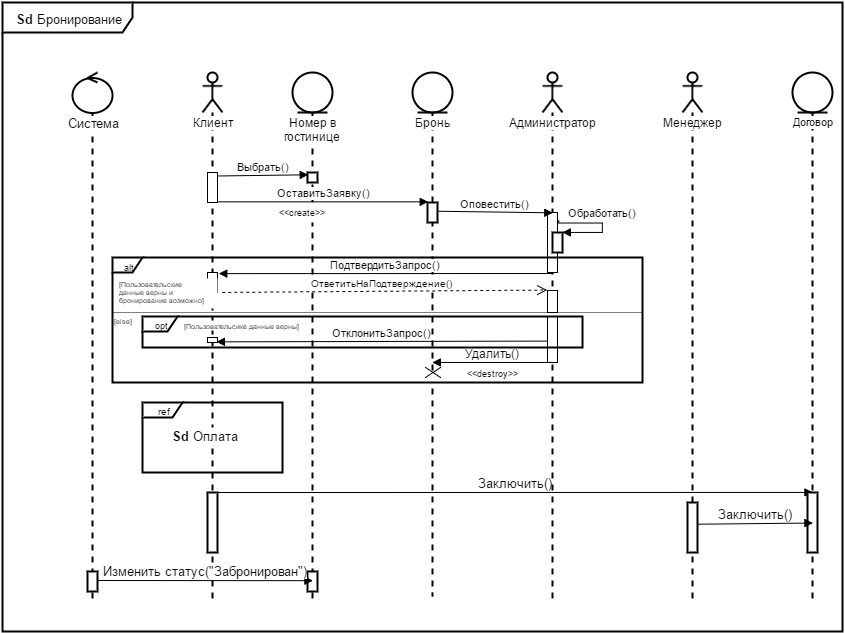
This is res/SeqDiag1.png from KseniaNazarova/Design_of_SW_architecture, a draw.io export, as it was before one commit. Source tidied: cells renumbered, new cells last; positions are measured from the earlier drawing's top-left corner, leaving out a move shared by most shapes.
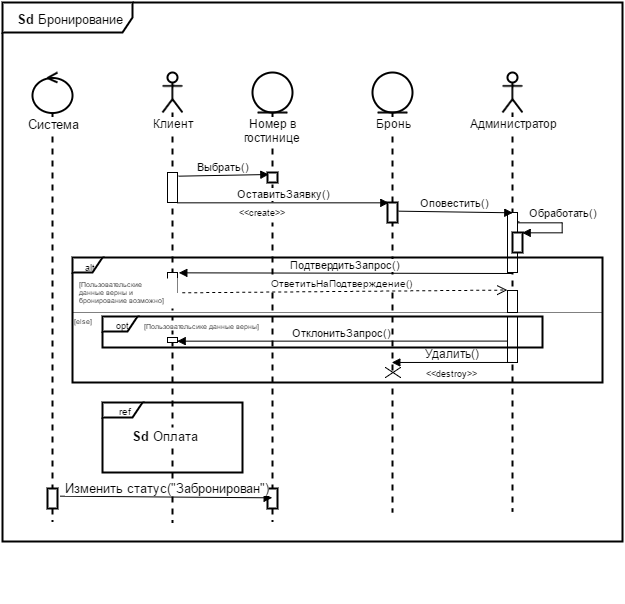
The same diagram one commit later.

Commit message:
sequence diag

Change to the diagram source:
```diff
@@ -12,7 +12,7 @@
       <mxGeometry width="110" height="530" as="geometry" />
     </mxCell>
     <mxCell id="5" value="Клиент" style="shape=umlLifeline;participant=umlActor;perimeter=lifelinePerimeter;whiteSpace=wrap;html=1;verticalAlign=top;spacingTop=36;labelBackgroundColor=#ffffff;strokeColor=#000000;strokeWidth=2;fillColor=#FFFFFF;fontColor=#000000;" parent="4" vertex="1">
-      <mxGeometry width="20" height="530" as="geometry" />
+      <mxGeometry width="20" height="450" as="geometry" />
     </mxCell>
     <mxCell id="6" style="html=1;points=[];perimeter=orthogonalPerimeter;labelBackgroundColor=none;strokeColor=#000000;strokeWidth=1;fillColor=#ffffff;fontSize=7;fontColor=#000000;" parent="5" vertex="1">
       <mxGeometry x="5" y="100" width="10" height="30" as="geometry" />
@@ -20,31 +20,23 @@
     <mxCell id="7" style="html=1;points=[];perimeter=orthogonalPerimeter;labelBackgroundColor=none;strokeColor=#000000;strokeWidth=1;fillColor=#ffffff;fontSize=7;fontColor=#000000;" parent="5" vertex="1">
       <mxGeometry x="5" y="200" width="10" height="20" as="geometry" />
     </mxCell>
-    <mxCell id="8" style="html=1;perimeter=orthogonalPerimeter;labelBackgroundColor=none;strokeColor=#000000;strokeWidth=2;fillColor=#ffffff;gradientColor=none;fontSize=13;fontColor=#000000;" parent="5" vertex="1">
-      <mxGeometry x="5" y="420" width="10" height="60" as="geometry" />
-    </mxCell>
     <mxCell id="9" value="[Пользовательсике данные&lt;span style=&quot;line-height: 1.2&quot;&gt;&amp;nbsp;верны]&lt;/span&gt;" style="text;html=1;align=left;verticalAlign=top;spacingTop=-4;fontSize=7;fontColor=#000000;fillColor=#ffffff;" parent="4" vertex="1">
       <mxGeometry x="-20" y="248" width="130" height="10" as="geometry" />
     </mxCell>
     <mxCell id="10" style="html=1;points=[];perimeter=orthogonalPerimeter;labelBackgroundColor=none;strokeColor=#000000;strokeWidth=1;fillColor=#ffffff;fontSize=7;fontColor=#000000;" parent="4" vertex="1">
       <mxGeometry x="5" y="265" width="10" height="5" as="geometry" />
     </mxCell>
-    <mxCell id="11" value="Заключить()" style="html=1;verticalAlign=bottom;endArrow=block;fontSize=13;fontColor=#000000;entryX=0.5;entryY=0;entryPerimeter=0;" parent="4" edge="1" target="45">
-      <mxGeometry relative="1" as="geometry">
-        <mxPoint x="15" y="420" as="sourcePoint" />
-      </mxGeometry>
-    </mxCell>
     <mxCell id="12" value="&lt;font style=&quot;font-size: 7px&quot;&gt;&lt;font&gt;[Пользовательские&amp;nbsp;&lt;/font&gt;&lt;/font&gt;&lt;div&gt;&lt;font style=&quot;font-size: 7px&quot;&gt;&lt;font&gt;данные верны&amp;nbsp;&lt;/font&gt;&lt;span style=&quot;line-height: 1.2&quot;&gt;и&amp;nbsp;&lt;/span&gt;&lt;/font&gt;&lt;/div&gt;&lt;div&gt;&lt;font style=&quot;font-size: 7px&quot;&gt;&lt;span style=&quot;line-height: 1.2&quot;&gt;бронирование возможно]&lt;/span&gt;&lt;/font&gt;&lt;/div&gt;" style="text;html=1;align=left;verticalAlign=top;spacingTop=-4;fontColor=#000000;fillColor=#FFFFFF;fontSize=7;" parent="1" vertex="1">
       <mxGeometry x="115" y="276" width="100" height="30" as="geometry" />
     </mxCell>
     <mxCell id="13" value="Номер в гостинице" style="shape=umlLifeline;participant=umlEntity;perimeter=lifelinePerimeter;whiteSpace=wrap;html=1;verticalAlign=top;spacingTop=36;labelBackgroundColor=#ffffff;strokeColor=#000000;strokeWidth=2;fillColor=#FFFFFF;fontColor=#000000;" parent="1" vertex="1">
-      <mxGeometry x="290" y="70" width="40" height="529" as="geometry" />
+      <mxGeometry x="290" y="70" width="40" height="449" as="geometry" />
     </mxCell>
     <mxCell id="14" style="html=1;points=[];perimeter=orthogonalPerimeter;labelBackgroundColor=none;strokeColor=#000000;strokeWidth=2;fillColor=#FFFFFF;fontColor=#000000;" parent="13" vertex="1">
       <mxGeometry x="15" y="100" width="10" height="10" as="geometry" />
     </mxCell>
     <mxCell id="15" style="html=1;points=[];perimeter=orthogonalPerimeter;labelBackgroundColor=none;strokeColor=#000000;strokeWidth=2;fillColor=#ffffff;gradientColor=none;fontSize=13;fontColor=#000000;" parent="13" vertex="1">
-      <mxGeometry x="15" y="499" width="10" height="20" as="geometry" />
+      <mxGeometry x="15" y="416" width="10" height="20" as="geometry" />
     </mxCell>
     <mxCell id="16" value="Выбрать()" style="html=1;verticalAlign=bottom;endArrow=block;fontColor=#000000;exitX=1.11;exitY=0.103;exitPerimeter=0;entryX=0.1;entryY=0.2;entryPerimeter=0;" parent="1" edge="1" source="6" target="14">
       <mxGeometry relative="1" as="geometry" />
@@ -59,7 +51,7 @@
       <mxGeometry x="13" y="295" width="15" height="10" as="geometry" />
     </mxCell>
     <mxCell id="20" value="Администратор" style="shape=umlLifeline;participant=umlActor;perimeter=lifelinePerimeter;whiteSpace=wrap;html=1;verticalAlign=top;spacingTop=36;labelBackgroundColor=#ffffff;strokeColor=#000000;strokeWidth=2;fillColor=#FFFFFF;fontColor=#000000;" parent="1" vertex="1">
-      <mxGeometry x="540" y="70" width="20" height="529" as="geometry" />
+      <mxGeometry x="540" y="70" width="20" height="439" as="geometry" />
     </mxCell>
     <mxCell id="21" style="html=1;perimeter=orthogonalPerimeter;labelBackgroundColor=none;strokeColor=#000000;strokeWidth=1;fillColor=#ffffff;fontSize=7;fontColor=#000000;" parent="20" vertex="1">
       <mxGeometry x="5" y="140" width="10" height="60" as="geometry" />
@@ -142,42 +134,25 @@
       <mxGeometry x="545" y="288" width="10" height="22" as="geometry" />
     </mxCell>
     <mxCell id="41" style="line;html=1;strokeWidth=2;fillColor=none;align=left;verticalAlign=middle;spacingTop=-1;spacingLeft=3;spacingRight=3;labelPosition=right;labelBackgroundColor=none;fontSize=7;fontColor=#000000;rotation=90;dashed=1;" parent="1" vertex="1">
-      <mxGeometry x="326" y="486" width="208" height="8" as="geometry" />
+      <mxGeometry x="368" y="444" width="124" height="8" as="geometry" />
     </mxCell>
-    <mxCell id="42" value="Менеджер" style="shape=umlLifeline;participant=umlActor;perimeter=lifelinePerimeter;whiteSpace=wrap;html=1;verticalAlign=top;spacingTop=36;labelBackgroundColor=#ffffff;strokeColor=#000000;strokeWidth=2;fillColor=#FFFFFF;fontColor=#000000;" parent="1" vertex="1">
-      <mxGeometry x="680" y="70" width="20" height="529" as="geometry" />
-    </mxCell>
-    <mxCell id="43" style="html=1;points=[];perimeter=orthogonalPerimeter;labelBackgroundColor=none;strokeColor=#000000;strokeWidth=2;fillColor=#ffffff;gradientColor=none;fontSize=13;fontColor=#000000;" parent="42" vertex="1">
-      <mxGeometry x="5" y="430" width="10" height="50" as="geometry" />
-    </mxCell>
-    <mxCell id="44" value="&lt;font style=&quot;font-size: 11px&quot;&gt;Договор&lt;/font&gt;" style="shape=umlLifeline;participant=umlEntity;perimeter=lifelinePerimeter;whiteSpace=wrap;html=1;verticalAlign=top;spacingTop=36;labelBackgroundColor=#ffffff;strokeColor=#000000;strokeWidth=2;fillColor=#ffffff;fontSize=7;fontColor=#000000;" parent="1" vertex="1">
-      <mxGeometry x="790" y="70" width="40" height="529" as="geometry" />
-    </mxCell>
-    <mxCell id="45" style="html=1;points=[];perimeter=orthogonalPerimeter;labelBackgroundColor=none;strokeColor=#000000;strokeWidth=2;fillColor=#ffffff;gradientColor=none;fontSize=13;fontColor=#000000;" parent="44" vertex="1">
-      <mxGeometry x="15" y="420" width="10" height="60" as="geometry" />
-    </mxCell>
     <mxCell id="46" value="&lt;font size=&quot;1&quot;&gt;&lt;span style=&quot;line-height: 10.8px&quot;&gt;ref&lt;/span&gt;&lt;/font&gt;" style="shape=umlFrame;whiteSpace=wrap;html=1;labelBackgroundColor=none;strokeColor=#000000;strokeWidth=2;fillColor=#FFFFFF;fontSize=7;fontColor=#000000;width=40;height=15;" parent="1" vertex="1">
       <mxGeometry x="140" y="400" width="140" height="70" as="geometry" />
     </mxCell>
     <mxCell id="47" value="&lt;b&gt;Sd &lt;/b&gt;Оплата" style="text;html=1;align=left;verticalAlign=top;spacingTop=-7;fontSize=13;fontColor=#000000;fillColor=#ffffff;gradientColor=none;spacing=4;spacingLeft=1;" parent="1" vertex="1">
       <mxGeometry x="165" y="425" width="90" height="20" as="geometry" />
     </mxCell>
-    <mxCell id="48" value="Заключить()" style="html=1;verticalAlign=bottom;endArrow=block;fontSize=13;fontColor=#000000;exitX=1;exitY=0.44;exitPerimeter=0;entryX=0.5;entryY=0.5;entryPerimeter=0;" parent="1" edge="1" source="43" target="45">
-      <mxGeometry relative="1" as="geometry" />
-    </mxCell>
     <mxCell id="49" value="&lt;b&gt;Sd&lt;/b&gt; Бронирование" style="shape=umlFrame;whiteSpace=wrap;html=1;labelBackgroundColor=none;strokeColor=#000000;strokeWidth=2;fillColor=#ffffff;gradientColor=none;fontSize=13;fontColor=#000000;width=130;height=30;" parent="1" vertex="1">
-      <mxGeometry width="840" height="629" as="geometry" />
+      <mxGeometry x="40" width="620" height="539" as="geometry" />
     </mxCell>
     <mxCell id="50" value="Система" style="shape=umlLifeline;participant=umlControl;perimeter=lifelinePerimeter;whiteSpace=wrap;html=1;verticalAlign=top;spacingTop=36;labelBackgroundColor=#ffffff;strokeColor=#000000;strokeWidth=2;fillColor=#ffffff;gradientColor=none;fontSize=13;fontColor=#000000;" parent="1" vertex="1">
-      <mxGeometry x="70" y="70" width="40" height="529" as="geometry" />
+      <mxGeometry x="70" y="70" width="40" height="449" as="geometry" />
     </mxCell>
-    <mxCell id="51" style="html=1;points=[];perimeter=orthogonalPerimeter;labelBackgroundColor=none;strokeColor=#000000;strokeWidth=2;fillColor=#ffffff;gradientColor=none;fontSize=13;fontColor=#000000;" parent="1" vertex="1">
-      <mxGeometry x="85" y="569" width="10" height="20" as="geometry" />
+    <mxCell id="51" style="html=1;points=[];perimeter=orthogonalPerimeter;labelBackgroundColor=none;strokeColor=#000000;strokeWidth=2;fillColor=#ffffff;gradientColor=none;fontSize=13;fontColor=#000000;" parent="50" vertex="1">
+      <mxGeometry x="15" y="416" width="10" height="20" as="geometry" />
     </mxCell>
-    <mxCell id="52" value="Изменить статус(&quot;Забронирован&quot;)" style="html=1;verticalAlign=bottom;endArrow=block;fontSize=13;fontColor=#000000;entryX=0.5;entryY=0.45;entryPerimeter=0;" parent="1" edge="1" target="15">
-      <mxGeometry relative="1" as="geometry">
-        <mxPoint x="95" y="578" as="sourcePoint" />
-      </mxGeometry>
+    <mxCell id="52" value="Изменить статус(&quot;Забронирован&quot;)" style="html=1;verticalAlign=bottom;endArrow=block;fontSize=13;fontColor=#000000;entryX=0.5;entryY=0.45;entryPerimeter=0;exitX=1.233;exitY=0.417;exitPerimeter=0;" parent="1" edge="1" source="51" target="15">
+      <mxGeometry relative="1" as="geometry" />
     </mxCell>
   </root>
 </mxGraphModel>
```
